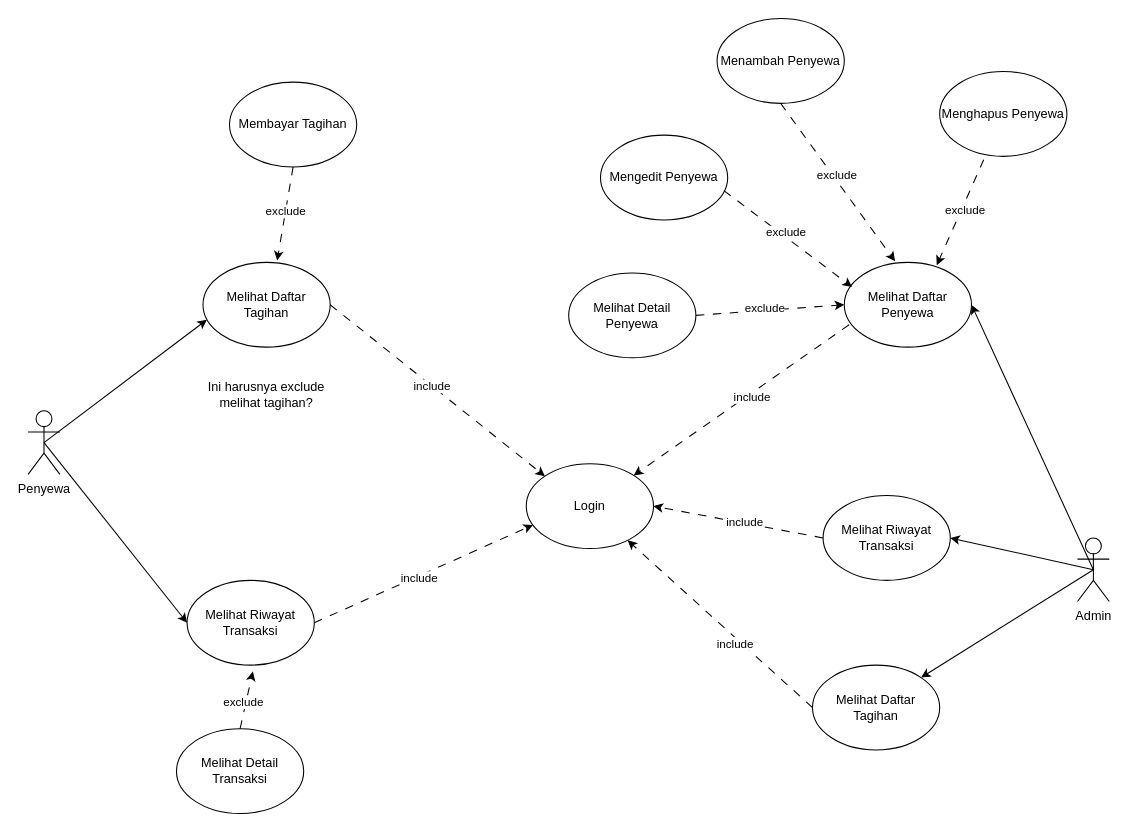
The draw.io diagram usecase_skripsi.drawio in juanangelaalma/uml, before the edit. Source tidied: cells renumbered, new cells numbered last; positions are measured from the earlier drawing's top-left corner, leaving out a move shared by most shapes. Both pictures are drawn from the tidied source at 106%, with x=0, y=0 at pixel (28, 18).
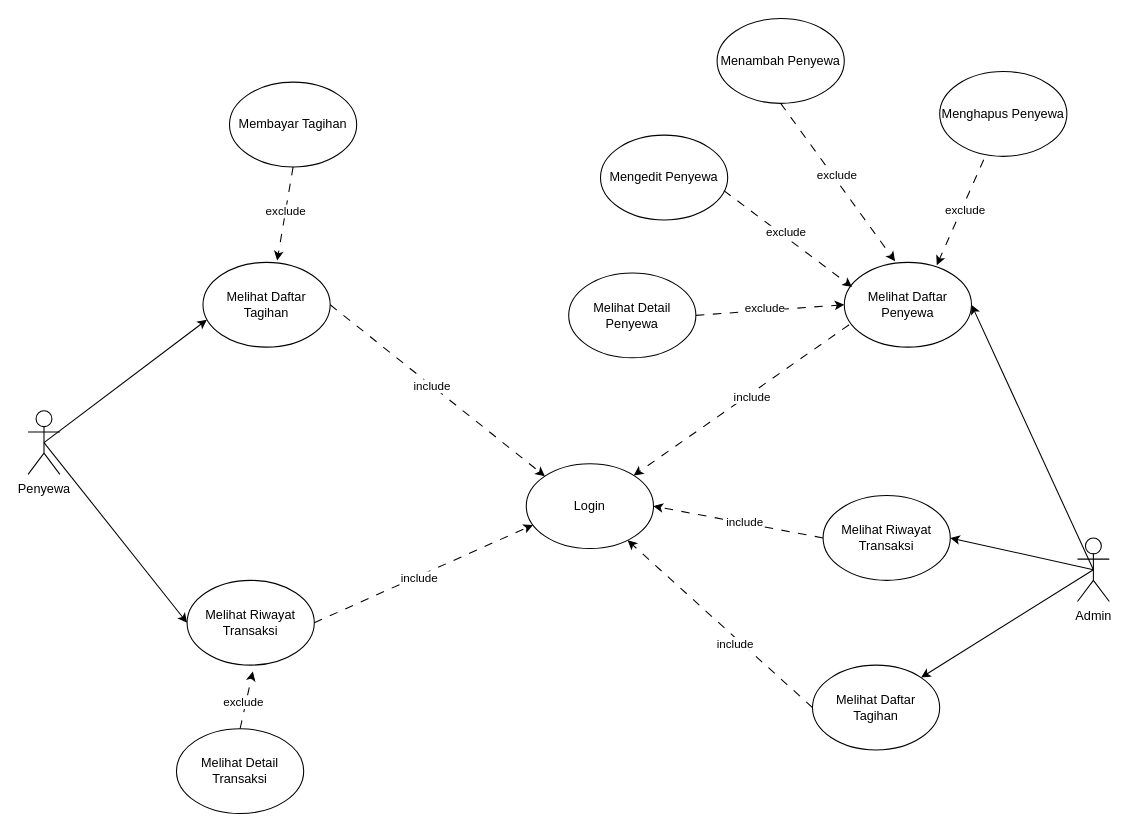
Above is the later version.

What changed in the source:
```diff
@@
-    <mxCell id="43" value="Ini harusnya exclude melihat tagihan?" style="text;html=1;align=center;verticalAlign=middle;whiteSpace=wrap;rounded=0;" parent="1" vertex="1">
-      <mxGeometry x="150" y="340" width="150" height="30" as="geometry" />
-    </mxCell>
```
